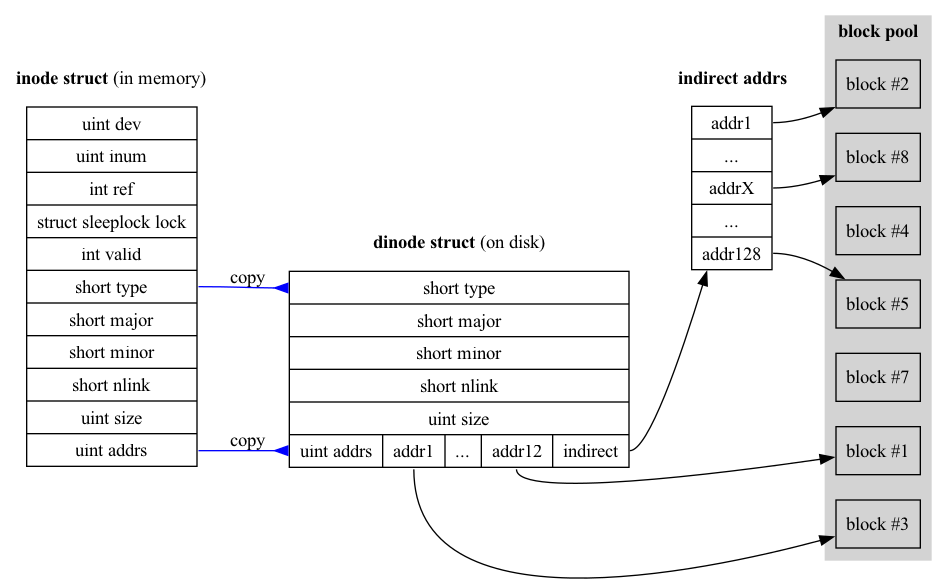
Jeanhwea/xv6-course keeps this Graphviz diagram as img/inode-relation.dot.png. Above is the earlier version. Its source is kept beside it as img/inode-relation.dot.
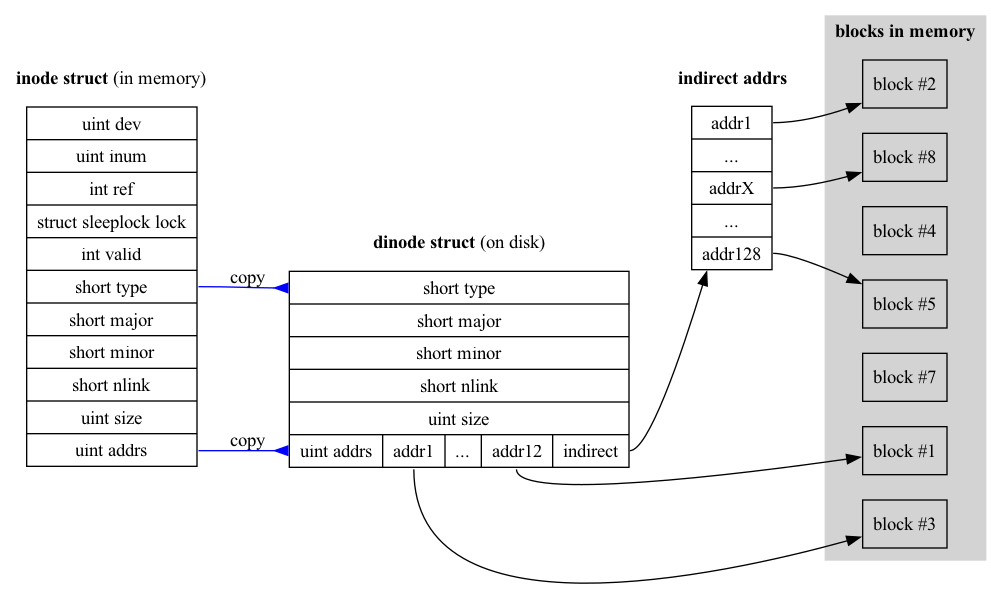
Later version of the same file.

What changed in the source:
```diff
@@ -17,7 +17,7 @@
     indirect [label="<i1>addr1|...|<ix>addrX|...|<i2>addr128"];
   }
   subgraph cluster_data {
-    label =<<b>block pool</b>>; style=filled; color=lightgray;
+    label =<<b>blocks in memory</b>>; style=filled; color=lightgray;
     data2  [label="block #1"];
     data1  [label="block #3"];
     data4  [label="block #4"];
```
